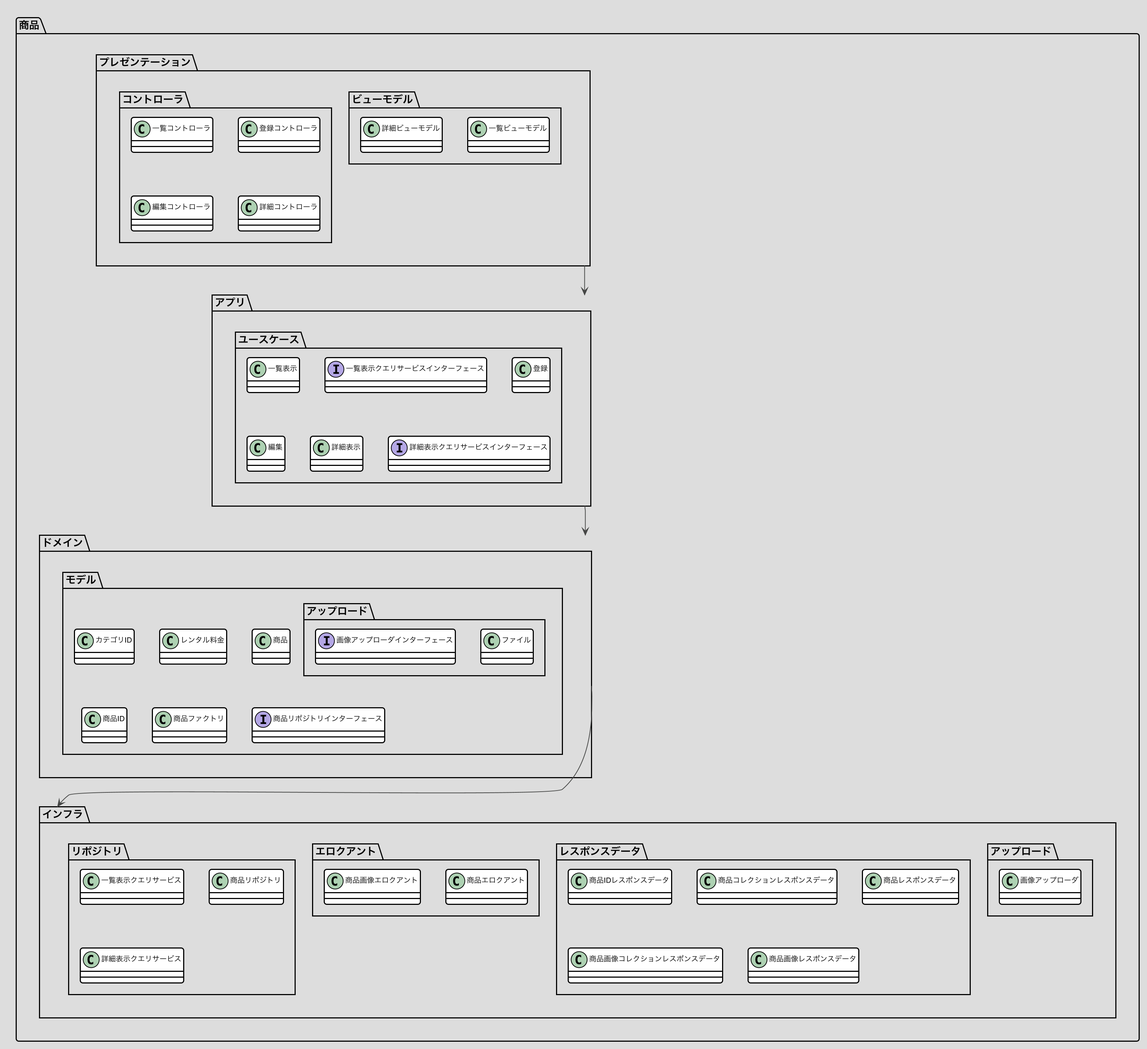
Before: docs/画像/商品.png, a diagram exported from PlantUML (nomura-kainos/japanese-ddd-sample). Its diagram source:
```plantuml
@startuml

skinparam Actor {
    BackgroundColor black
    BorderColor black
    FontColor 454645
}

skinparam Boundary {
    BackgroundColor white
    BorderColor 454645
    FontColor 454645
}

skinparam Entity {
    BackgroundColor white
    BorderColor 454645
    FontColor 454645
}

skinparam Control {
    BackgroundColor white
    BorderColor 454645
    FontColor 454645
}

skinparam Usecase {
    BackgroundColor white
    BorderColor 999999
}

skinparam Note {
    BackgroundColor white
    BorderColor 454645
    FontColor 454645
}

skinparam Class {
    BackgroundColor white
    BorderColor black
    ArrowColor black
    FontColor black
    FontSize 10
    FontName Helvetica
}

skinparam BackgroundColor DDDDDD
skinparam Shadowing false
skinparam RoundCorner 7
skinparam ArrowColor 454645
skinparam FontColor 454645

プレゼンテーション ---> アプリ
アプリ ---> ドメイン
ドメイン ---> インフラ

package 商品 <<Folder>> {
 package プレゼンテーション {
  package ビューモデル {
   class 一覧ビューモデル
   class 詳細ビューモデル
  }
  package コントローラ {
   class 一覧コントローラ
   class 登録コントローラ
   class 編集コントローラ
   class 詳細コントローラ
  }
 }
 package アプリ {
  package ユースケース {
   class 一覧表示
   interface 一覧表示クエリサービスインターフェース
   class 登録
   class 編集
   class 詳細表示
   interface 詳細表示クエリサービスインターフェース
  }
 }
 package ドメイン {
  namespace モデル {
   namespace アップロード {
    class ファイル
    interface 画像アップローダインターフェース
   }
   class カテゴリID
   class レンタル料金
   class 商品
   class 商品ID
   class 商品ファクトリ
   interface 商品リポジトリインターフェース
  }
 }
 package インフラ {
  namespace アップロード {
   class 画像アップローダ
  }
  package レスポンスデータ {
   class 商品IDレスポンスデータ
   class 商品コレクションレスポンスデータ
   class 商品レスポンスデータ
   class 商品画像コレクションレスポンスデータ
   class 商品画像レスポンスデータ
  }
  package エロクアント {
   class 商品エロクアント
   class 商品画像エロクアント
  }
  package リポジトリ {
   class 一覧表示クエリサービス
   class 商品リポジトリ
   class 詳細表示クエリサービス
  }
 }
}
@enduml
```
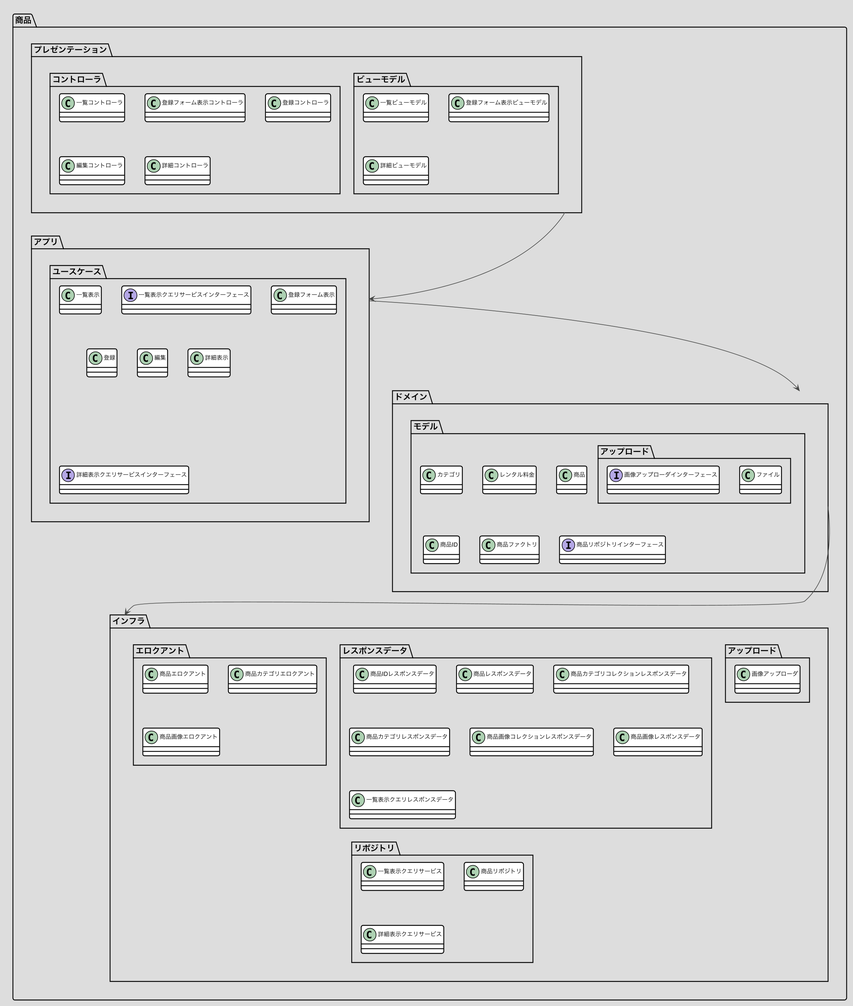
The same diagram one commit later.

What changed in the source:
```diff
@@ -58,10 +58,12 @@
  package プレゼンテーション {
   package ビューモデル {
    class 一覧ビューモデル
+   class 登録フォーム表示ビューモデル
    class 詳細ビューモデル
   }
   package コントローラ {
    class 一覧コントローラ
+   class 登録フォーム表示コントローラ
    class 登録コントローラ
    class 編集コントローラ
    class 詳細コントローラ
@@ -71,6 +73,7 @@
   package ユースケース {
    class 一覧表示
    interface 一覧表示クエリサービスインターフェース
+   class 登録フォーム表示
    class 登録
    class 編集
    class 詳細表示
@@ -83,7 +86,7 @@
     class ファイル
     interface 画像アップローダインターフェース
    }
-   class カテゴリID
+   class カテゴリ
    class レンタル料金
    class 商品
    class 商品ID
@@ -97,13 +100,16 @@
   }
   package レスポンスデータ {
    class 商品IDレスポンスデータ
-   class 商品コレクションレスポンスデータ
    class 商品レスポンスデータ
+   class 商品カテゴリコレクションレスポンスデータ
+   class 商品カテゴリレスポンスデータ
    class 商品画像コレクションレスポンスデータ
    class 商品画像レスポンスデータ
+   class 一覧表示クエリレスポンスデータ
   }
   package エロクアント {
    class 商品エロクアント
+   class 商品カテゴリエロクアント
    class 商品画像エロクアント
   }
   package リポジトリ {
```
